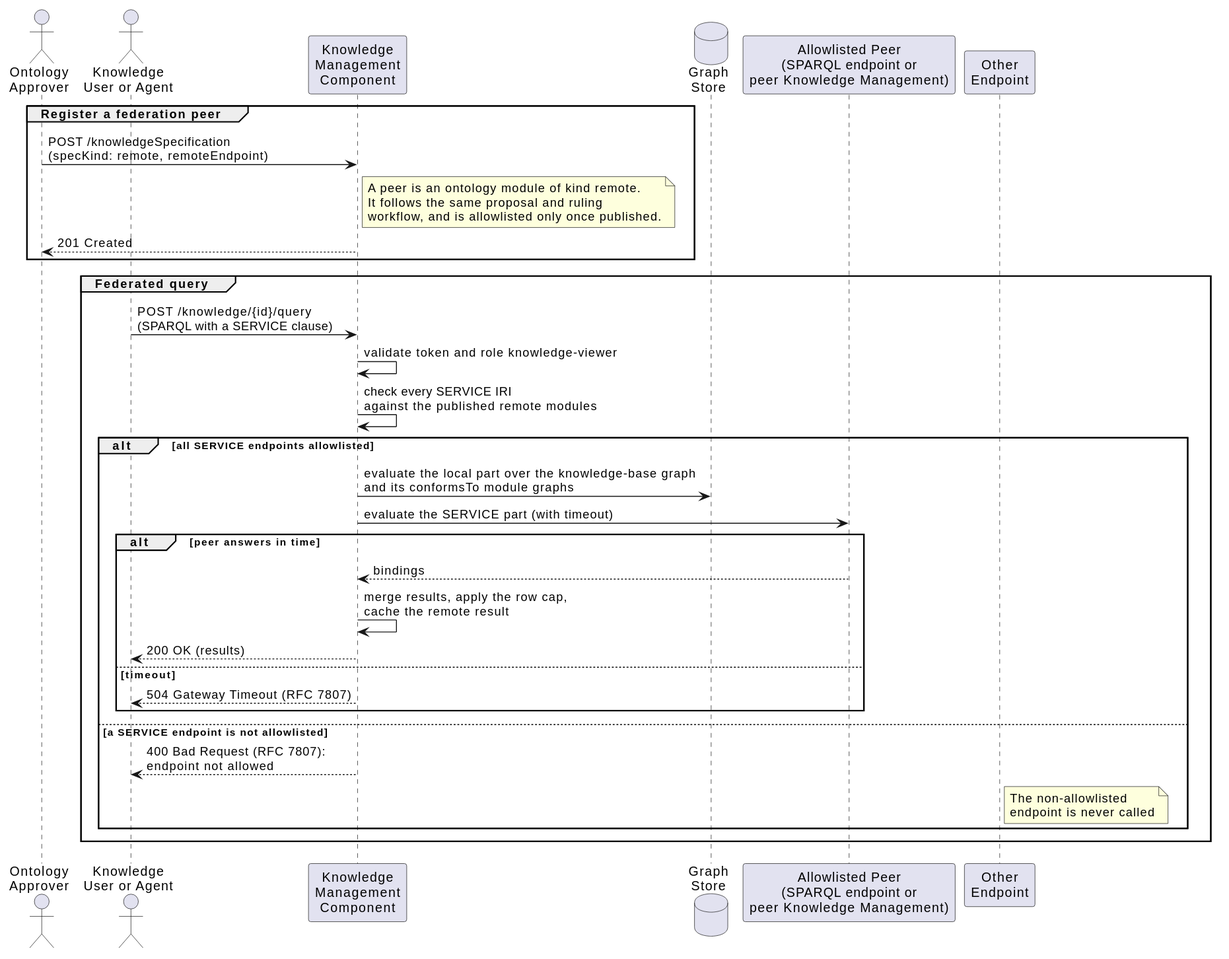
Earlier version of the PlantUML export usecase-library/pumlFiles/knowledge-query-federation.svg (hw-irc-sni/oda-canvas).
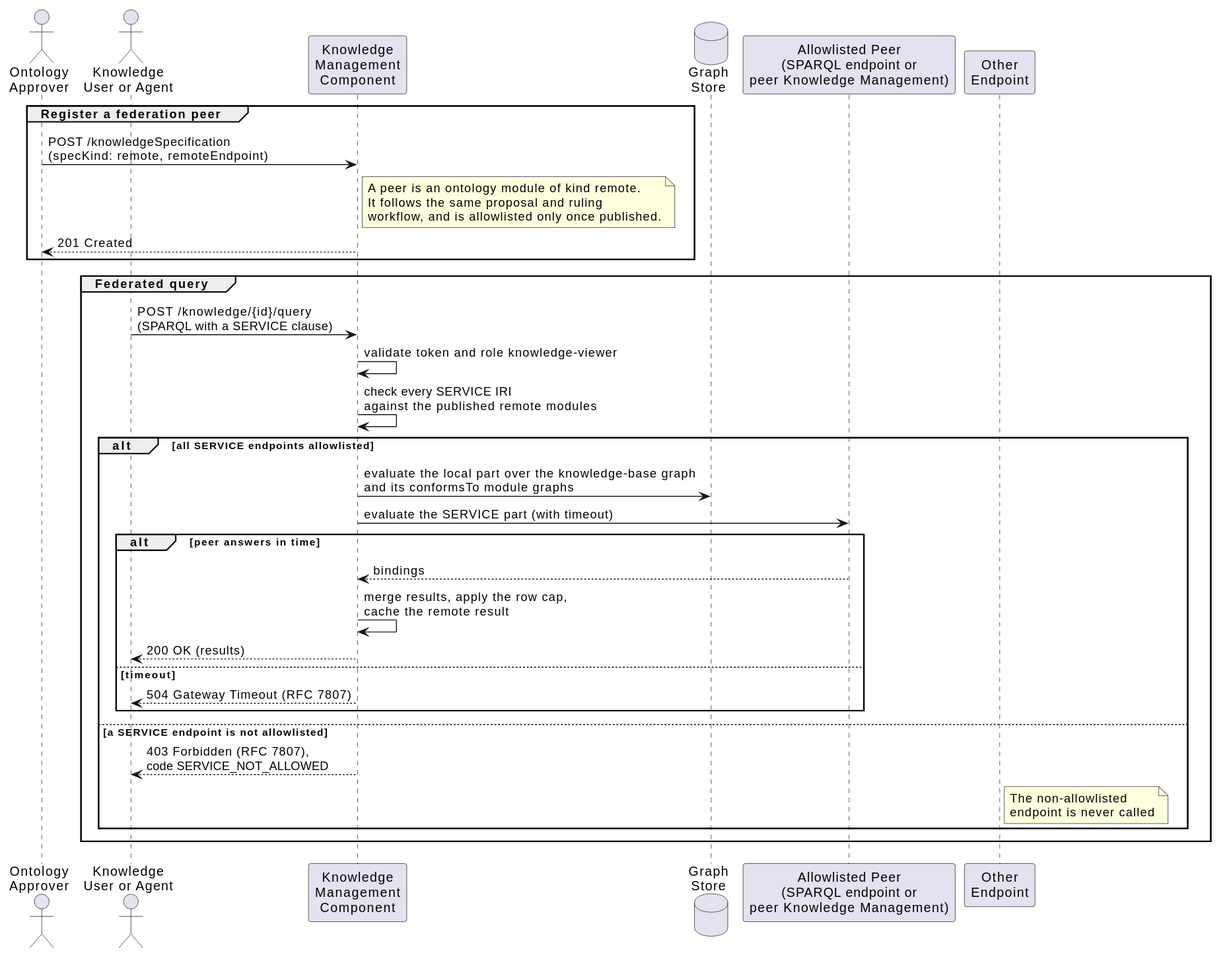
Later version of the same file.

Commit message:
feat(tmfc060): specify the knowledge sub-resources in the TMFxxx OAS

Change to the diagram source:
```diff
@@ -31,7 +31,7 @@
             KM --> User : 504 Gateway Timeout (RFC 7807)
         end
     else a SERVICE endpoint is not allowlisted
-        KM --> User : 400 Bad Request (RFC 7807):\nendpoint not allowed
+        KM --> User : 403 Forbidden (RFC 7807),\ncode SERVICE_NOT_ALLOWED
         note right of Other
             The non-allowlisted
             endpoint is never called
```
